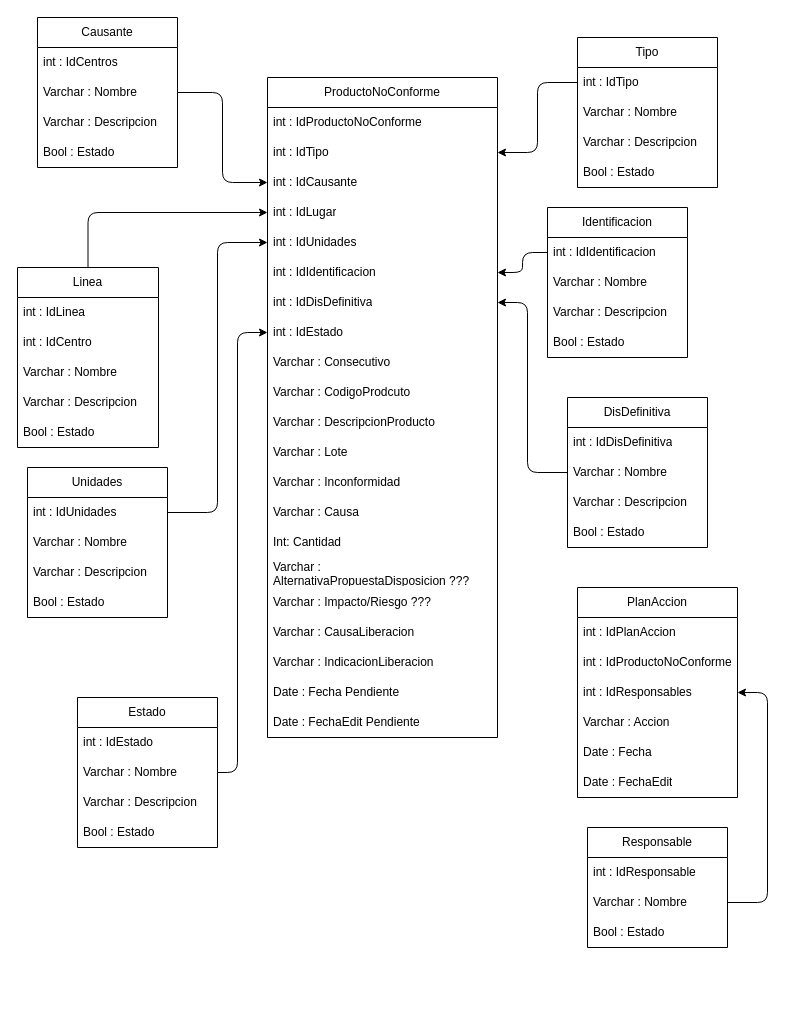
Before: ProductoNoConforme.drawio in NEODevs-T/Calidad, a draw.io diagram. Source tidied: cells renumbered, new cells numbered last; positions are measured from the earlier drawing's top-left corner, leaving out a move shared by most shapes. Both pictures are drawn from the tidied source at 100%, with x=0, y=0 at pixel (-173, 17).
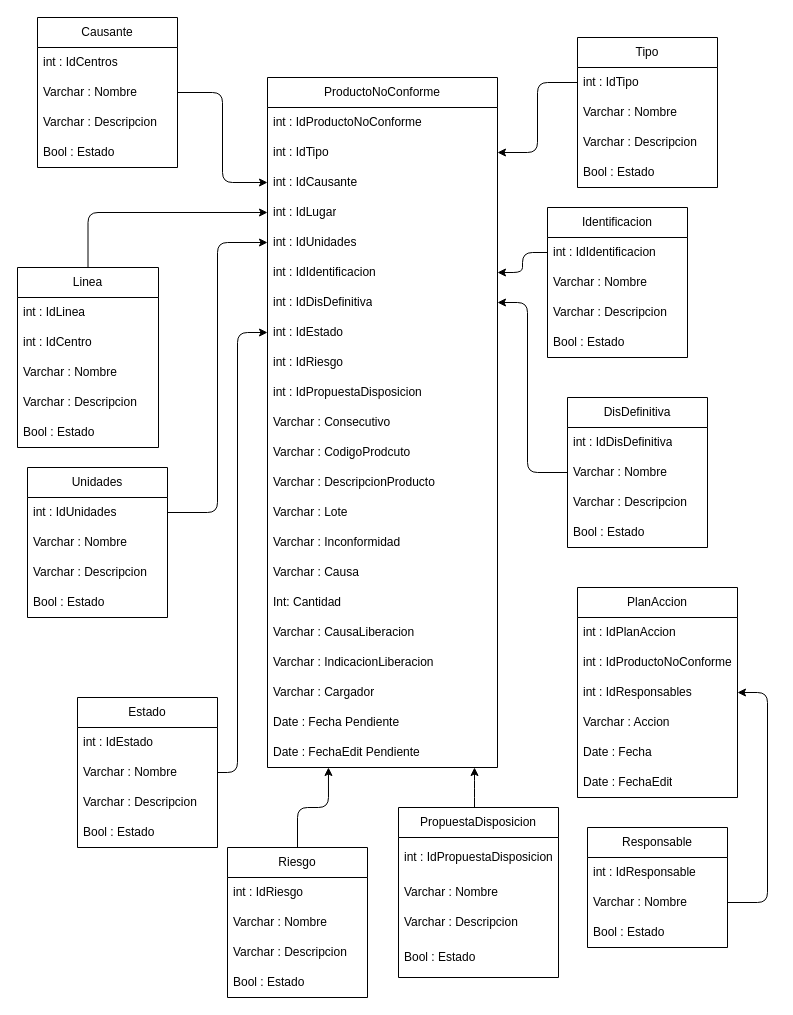
After the change.

Commit message (it also covers changes not shown here):
Version preliminar de la logica del modulo de producto no conforme y modificacion del diagrama de base de datos del mismo modulo

The edit, as a diff of the source:
```diff
@@
     <mxCell id="3" value="ProductoNoConforme" style="swimlane;fontStyle=0;horizontal=1;startSize=30;whiteSpace=wrap;html=1;" parent="1" vertex="1">
-      <mxGeometry x="440" y="60" width="230" height="660" as="geometry" />
+      <mxGeometry x="440" y="60" width="230" height="690" as="geometry" />
     </mxCell>
@@
+    <mxCell id="20" value="int : IdRiesgo" style="text;strokeColor=none;fillColor=none;align=left;verticalAlign=middle;spacingLeft=4;spacingRight=4;overflow=hidden;whiteSpace=wrap;html=1;" parent="3" vertex="1">
+      <mxGeometry y="270" width="230" height="30" as="geometry" />
+    </mxCell>
+    <mxCell id="19" value="int : IdPropuestaDisposicion" style="text;strokeColor=none;fillColor=none;align=left;verticalAlign=middle;spacingLeft=4;spacingRight=4;overflow=hidden;whiteSpace=wrap;html=1;" parent="3" vertex="1">
+      <mxGeometry y="300" width="230" height="30" as="geometry" />
+    </mxCell>
     <mxCell id="12" value="Varchar : Consecutivo" style="text;strokeColor=none;fillColor=none;align=left;verticalAlign=middle;spacingLeft=4;spacingRight=4;overflow=hidden;whiteSpace=wrap;html=1;" parent="3" vertex="1">
-      <mxGeometry y="270" width="230" height="30" as="geometry" />
+      <mxGeometry y="330" width="230" height="30" as="geometry" />
     </mxCell>
     <mxCell id="13" value="Varchar : CodigoProdcuto" style="text;strokeColor=none;fillColor=none;align=left;verticalAlign=middle;spacingLeft=4;spacingRight=4;overflow=hidden;whiteSpace=wrap;html=1;" parent="3" vertex="1">
-      <mxGeometry y="300" width="230" height="30" as="geometry" />
+      <mxGeometry y="360" width="230" height="30" as="geometry" />
     </mxCell>
     <mxCell id="14" value="Varchar : DescripcionProducto" style="text;strokeColor=none;fillColor=none;align=left;verticalAlign=middle;spacingLeft=4;spacingRight=4;overflow=hidden;whiteSpace=wrap;html=1;" parent="3" vertex="1">
-      <mxGeometry y="330" width="230" height="30" as="geometry" />
+      <mxGeometry y="390" width="230" height="30" as="geometry" />
     </mxCell>
     <mxCell id="15" value="Varchar : Lote" style="text;strokeColor=none;fillColor=none;align=left;verticalAlign=middle;spacingLeft=4;spacingRight=4;overflow=hidden;whiteSpace=wrap;html=1;" parent="3" vertex="1">
-      <mxGeometry y="360" width="230" height="30" as="geometry" />
+      <mxGeometry y="420" width="230" height="30" as="geometry" />
     </mxCell>
     <mxCell id="16" value="Varchar : Inconformidad" style="text;strokeColor=none;fillColor=none;align=left;verticalAlign=middle;spacingLeft=4;spacingRight=4;overflow=hidden;whiteSpace=wrap;html=1;" parent="3" vertex="1">
-      <mxGeometry y="390" width="230" height="30" as="geometry" />
+      <mxGeometry y="450" width="230" height="30" as="geometry" />
     </mxCell>
     <mxCell id="17" value="Varchar&amp;nbsp;: Causa" style="text;strokeColor=none;fillColor=none;align=left;verticalAlign=middle;spacingLeft=4;spacingRight=4;overflow=hidden;whiteSpace=wrap;html=1;" parent="3" vertex="1">
-      <mxGeometry y="420" width="230" height="30" as="geometry" />
+      <mxGeometry y="480" width="230" height="30" as="geometry" />
     </mxCell>
     <mxCell id="18" value="Int: Cantidad" style="text;strokeColor=none;fillColor=none;align=left;verticalAlign=middle;spacingLeft=4;spacingRight=4;overflow=hidden;whiteSpace=wrap;html=1;" parent="3" vertex="1">
-      <mxGeometry y="450" width="230" height="30" as="geometry" />
+      <mxGeometry y="510" width="230" height="30" as="geometry" />
     </mxCell>
-    <mxCell id="19" value="Varchar&amp;nbsp;: AlternativaPropuestaDisposicion ???" style="text;strokeColor=none;fillColor=none;align=left;verticalAlign=middle;spacingLeft=4;spacingRight=4;overflow=hidden;whiteSpace=wrap;html=1;" parent="3" vertex="1">
-      <mxGeometry y="480" width="230" height="30" as="geometry" />
-    </mxCell>
-    <mxCell id="20" value="Varchar&amp;nbsp;: Impacto/Riesgo ???" style="text;strokeColor=none;fillColor=none;align=left;verticalAlign=middle;spacingLeft=4;spacingRight=4;overflow=hidden;whiteSpace=wrap;html=1;" parent="3" vertex="1">
-      <mxGeometry y="510" width="230" height="30" as="geometry" />
-    </mxCell>
@@
+    <mxCell id="80" value="Varchar : Cargador" style="text;strokeColor=none;fillColor=none;align=left;verticalAlign=middle;spacingLeft=4;spacingRight=4;overflow=hidden;whiteSpace=wrap;html=1;" parent="3" vertex="1">
+      <mxGeometry y="600" width="230" height="30" as="geometry" />
+    </mxCell>
     <mxCell id="23" value="Date&amp;nbsp;: Fecha Pendiente" style="text;strokeColor=none;fillColor=none;align=left;verticalAlign=middle;spacingLeft=4;spacingRight=4;overflow=hidden;whiteSpace=wrap;html=1;" parent="3" vertex="1">
-      <mxGeometry y="600" width="230" height="30" as="geometry" />
+      <mxGeometry y="630" width="230" height="30" as="geometry" />
     </mxCell>
     <mxCell id="24" value="Date&amp;nbsp;: FechaEdit Pendiente" style="text;strokeColor=none;fillColor=none;align=left;verticalAlign=middle;spacingLeft=4;spacingRight=4;overflow=hidden;points=[[0,0.5],[1,0.5]];portConstraint=eastwest;whiteSpace=wrap;html=1;" parent="3" vertex="1">
-      <mxGeometry y="630" width="230" height="30" as="geometry" />
+      <mxGeometry y="660" width="230" height="30" as="geometry" />
     </mxCell>
@@
+    <mxCell id="81" style="edgeStyle=orthogonalEdgeStyle;html=1;exitX=0.5;exitY=0;exitDx=0;exitDy=0;entryX=0.265;entryY=1;entryDx=0;entryDy=0;entryPerimeter=0;" parent="1" edge="1" source="82" target="24">
+      <mxGeometry relative="1" as="geometry" />
+    </mxCell>
+    <mxCell id="82" value="&lt;div style=&quot;text-align: left;&quot;&gt;&lt;span style=&quot;background-color: initial;&quot;&gt;Riesgo&lt;/span&gt;&lt;/div&gt;" style="swimlane;fontStyle=0;horizontal=1;startSize=30;whiteSpace=wrap;html=1;" parent="1" vertex="1">
+      <mxGeometry x="400" y="830" width="140" height="150" as="geometry" />
+    </mxCell>
+    <mxCell id="83" value="int : IdRiesgo" style="text;strokeColor=none;fillColor=none;align=left;verticalAlign=middle;spacingLeft=4;spacingRight=4;overflow=hidden;whiteSpace=wrap;html=1;" parent="82" vertex="1">
+      <mxGeometry y="30" width="140" height="30" as="geometry" />
+    </mxCell>
+    <mxCell id="84" value="Varchar : Nombre" style="text;strokeColor=none;fillColor=none;align=left;verticalAlign=middle;spacingLeft=4;spacingRight=4;overflow=hidden;whiteSpace=wrap;html=1;" parent="82" vertex="1">
+      <mxGeometry y="60" width="140" height="30" as="geometry" />
+    </mxCell>
+    <mxCell id="85" value="Varchar : Descripcion" style="text;strokeColor=none;fillColor=none;align=left;verticalAlign=middle;spacingLeft=4;spacingRight=4;overflow=hidden;whiteSpace=wrap;html=1;strokeWidth=1;" parent="82" vertex="1">
+      <mxGeometry y="90" width="140" height="30" as="geometry" />
+    </mxCell>
+    <mxCell id="86" value="Bool : Estado" style="text;strokeColor=none;fillColor=none;align=left;verticalAlign=middle;spacingLeft=4;spacingRight=4;overflow=hidden;whiteSpace=wrap;html=1;strokeWidth=1;" parent="82" vertex="1">
+      <mxGeometry y="120" width="140" height="30" as="geometry" />
+    </mxCell>
+    <mxCell id="87" style="edgeStyle=orthogonalEdgeStyle;html=1;entryX=0.9;entryY=1;entryDx=0;entryDy=0;entryPerimeter=0;" parent="1" edge="1" source="88" target="24">
+      <mxGeometry relative="1" as="geometry">
+        <Array as="points">
+          <mxPoint x="647" y="770" />
+          <mxPoint x="647" y="770" />
+        </Array>
+      </mxGeometry>
+    </mxCell>
+    <mxCell id="88" value="&lt;div style=&quot;text-align: left;&quot;&gt;&lt;span style=&quot;background-color: initial;&quot;&gt;PropuestaDisposicion&lt;/span&gt;&lt;/div&gt;" style="swimlane;fontStyle=0;horizontal=1;startSize=30;whiteSpace=wrap;html=1;" parent="1" vertex="1">
+      <mxGeometry x="571" y="790" width="160" height="170" as="geometry" />
+    </mxCell>
+    <mxCell id="89" value="int : IdPropuestaDisposicion" style="text;strokeColor=none;fillColor=none;align=left;verticalAlign=middle;spacingLeft=4;spacingRight=4;overflow=hidden;whiteSpace=wrap;html=1;" parent="88" vertex="1">
+      <mxGeometry y="30" width="160" height="40" as="geometry" />
+    </mxCell>
+    <mxCell id="90" value="Varchar : Nombre" style="text;strokeColor=none;fillColor=none;align=left;verticalAlign=middle;spacingLeft=4;spacingRight=4;overflow=hidden;whiteSpace=wrap;html=1;" parent="88" vertex="1">
+      <mxGeometry y="70" width="160" height="30" as="geometry" />
+    </mxCell>
+    <mxCell id="91" value="Varchar : Descripcion" style="text;strokeColor=none;fillColor=none;align=left;verticalAlign=middle;spacingLeft=4;spacingRight=4;overflow=hidden;whiteSpace=wrap;html=1;strokeWidth=1;" parent="88" vertex="1">
+      <mxGeometry y="100" width="160" height="30" as="geometry" />
+    </mxCell>
+    <mxCell id="92" value="Bool : Estado" style="text;strokeColor=none;fillColor=none;align=left;verticalAlign=middle;spacingLeft=4;spacingRight=4;overflow=hidden;whiteSpace=wrap;html=1;strokeWidth=1;" parent="88" vertex="1">
+      <mxGeometry y="130" width="160" height="40" as="geometry" />
+    </mxCell>
```
